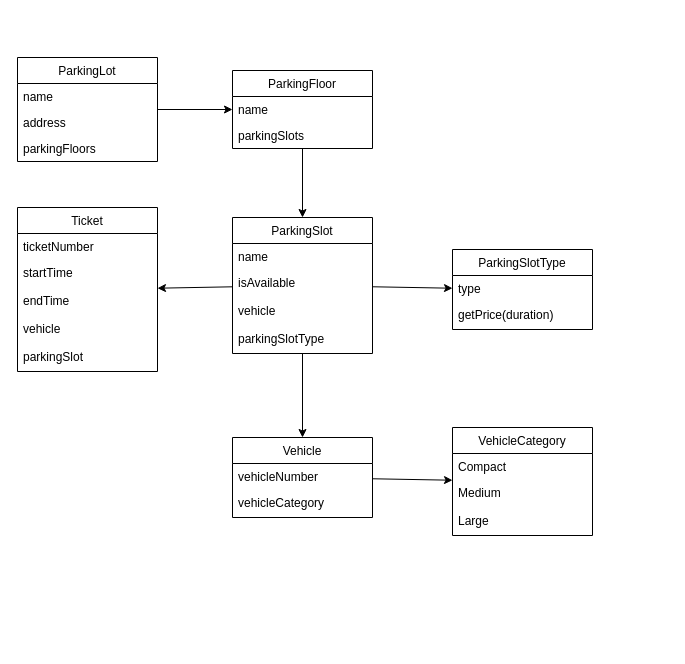
Earlier version of the draw.io diagram page "Classes" (5 of 6) of api/assets/parking lot.drawio.xml (taaesan-lab/parking-lot-v3). Source tidied: cells renumbered, new cells numbered last; positions are measured from the earlier drawing's top-left corner, leaving out a move shared by most shapes. Both pictures are drawn from the tidied source at 100%, with x=0, y=0 at pixel (17, 57).
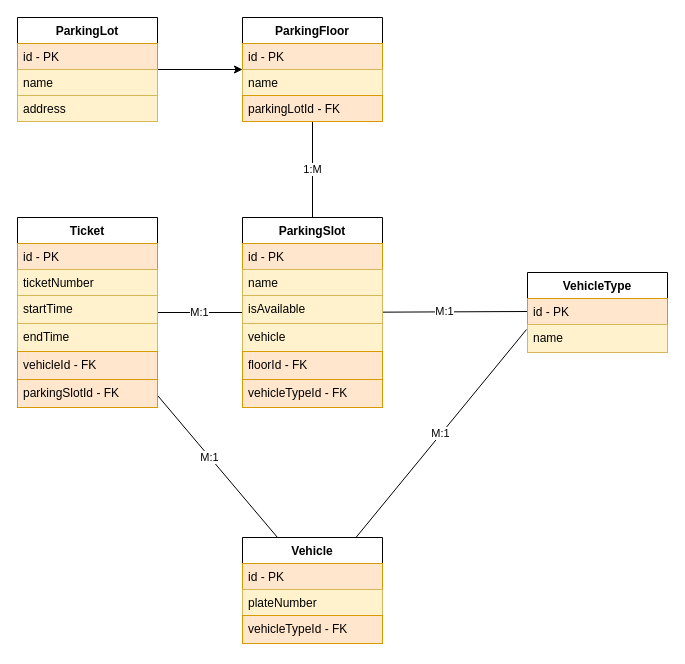
The same page after the edit.

Diff of the diagram source:
```diff
@@
-    <mxCell id="3" value="ParkingLot" style="swimlane;fontStyle=0;horizontal=1;startSize=26;fillColor=none;" parent="1" vertex="1">
-      <mxGeometry width="140" height="104" as="geometry" />
+    <mxCell id="3" value="ParkingLot" style="swimlane;fontStyle=1;horizontal=1;startSize=26;fillColor=none;" parent="1" vertex="1">
+      <mxGeometry y="-40" width="140" height="104" as="geometry" />
     </mxCell>
-    <mxCell id="4" value="name" style="text;strokeColor=none;fillColor=none;align=left;verticalAlign=top;spacingLeft=4;spacingRight=4;overflow=hidden;" parent="3" vertex="1">
+    <mxCell id="4" value="id - PK" style="text;strokeColor=#d79b00;fillColor=#ffe6cc;align=left;verticalAlign=top;spacingLeft=4;spacingRight=4;overflow=hidden;" parent="3" vertex="1">
       <mxGeometry y="26" width="140" height="26" as="geometry" />
     </mxCell>
+    <mxCell id="36" value="name" style="text;strokeColor=#d6b656;fillColor=#fff2cc;align=left;verticalAlign=top;spacingLeft=4;spacingRight=4;overflow=hidden;" parent="3" vertex="1">
+      <mxGeometry y="52" width="140" height="26" as="geometry" />
+    </mxCell>
-    <mxCell id="5" value="address" style="text;strokeColor=none;fillColor=none;align=left;verticalAlign=top;spacingLeft=4;spacingRight=4;overflow=hidden;" parent="3" vertex="1">
-      <mxGeometry y="52" width="140" height="26" as="geometry" />
+    <mxCell id="5" value="address" style="text;strokeColor=#d6b656;fillColor=#fff2cc;align=left;verticalAlign=top;spacingLeft=4;spacingRight=4;overflow=hidden;" parent="3" vertex="1">
+      <mxGeometry y="78" width="140" height="26" as="geometry" />
     </mxCell>
-    <mxCell id="6" value="parkingFloors" style="text;strokeColor=none;fillColor=none;align=left;verticalAlign=top;spacingLeft=4;spacingRight=4;overflow=hidden;" parent="3" vertex="1">
-      <mxGeometry y="78" width="140" height="26" as="geometry" />
-    </mxCell>
-    <mxCell id="7" style="edgeStyle=none;rounded=0;jettySize=auto;html=1;" parent="1" edge="1" source="8" target="14">
+    <mxCell id="7" value="1:M" style="edgeStyle=none;rounded=0;jettySize=auto;html=1;endArrow=none;endFill=0;" parent="1" edge="1" source="8" target="14">
       <mxGeometry relative="1" as="geometry" />
     </mxCell>
-    <mxCell id="8" value="ParkingFloor" style="swimlane;fontStyle=0;horizontal=1;startSize=26;fillColor=none;" parent="1" vertex="1">
-      <mxGeometry x="215" y="13" width="140" height="78" as="geometry" />
+    <mxCell id="8" value="ParkingFloor" style="swimlane;fontStyle=1;horizontal=1;startSize=26;fillColor=none;" parent="1" vertex="1">
+      <mxGeometry x="225" y="-40" width="140" height="104" as="geometry" />
     </mxCell>
-    <mxCell id="9" value="name" style="text;strokeColor=none;fillColor=none;align=left;verticalAlign=top;spacingLeft=4;spacingRight=4;overflow=hidden;" parent="8" vertex="1">
-      <mxGeometry y="26" width="140" height="26" as="geometry" />
-    </mxCell>
-    <mxCell id="10" value="parkingSlots" style="text;strokeColor=none;fillColor=none;align=left;verticalAlign=top;spacingLeft=4;spacingRight=4;overflow=hidden;" parent="8" vertex="1">
-      <mxGeometry y="52" width="140" height="26" as="geometry" />
+    <mxCell id="10" value="id - PK" style="text;strokeColor=#d79b00;fillColor=#ffe6cc;align=left;verticalAlign=top;spacingLeft=4;spacingRight=4;overflow=hidden;" parent="8" vertex="1">
+      <mxGeometry y="26" width="140" height="26" as="geometry" />
     </mxCell>
+    <mxCell id="37" value="name" style="text;strokeColor=#d6b656;fillColor=#fff2cc;align=left;verticalAlign=top;spacingLeft=4;spacingRight=4;overflow=hidden;" parent="8" vertex="1">
+      <mxGeometry y="52" width="140" height="26" as="geometry" />
+    </mxCell>
+    <mxCell id="38" value="parkingLotId - FK" style="text;strokeColor=#d79b00;fillColor=#ffe6cc;align=left;verticalAlign=top;spacingLeft=4;spacingRight=4;overflow=hidden;" parent="8" vertex="1">
+      <mxGeometry y="78" width="140" height="26" as="geometry" />
+    </mxCell>
-    <mxCell id="11" style="edgeStyle=none;rounded=0;jettySize=auto;html=1;" parent="1" edge="1" source="14" target="19">
+    <mxCell id="11" style="edgeStyle=none;rounded=0;jettySize=auto;html=1;entryX=0;entryY=0.5;entryDx=0;entryDy=0;endArrow=none;endFill=0;" parent="1" edge="1" source="14" target="27">
       <mxGeometry relative="1" as="geometry" />
     </mxCell>
-    <mxCell id="12" style="edgeStyle=none;rounded=0;jettySize=auto;html=1;" parent="1" edge="1" source="14" target="23">
-      <mxGeometry relative="1" as="geometry" />
-    </mxCell>
+    <mxCell id="39" value="M:1" style="edgeLabel;html=1;align=center;verticalAlign=middle;" parent="11" vertex="1">
+      <mxGeometry x="-0.14" y="1" relative="1" as="geometry" />
+    </mxCell>
-    <mxCell id="13" style="edgeStyle=none;rounded=0;jettySize=auto;html=1;" parent="1" edge="1" source="14" target="30">
+    <mxCell id="13" value="M:1" style="edgeStyle=none;rounded=0;jettySize=auto;html=1;endArrow=none;endFill=0;" parent="1" edge="1" source="14" target="30">
       <mxGeometry relative="1" as="geometry" />
     </mxCell>
-    <mxCell id="14" value="ParkingSlot" style="swimlane;fontStyle=0;horizontal=1;startSize=26;fillColor=none;" parent="1" vertex="1">
-      <mxGeometry x="215" y="160" width="140" height="136" as="geometry" />
+    <mxCell id="14" value="ParkingSlot" style="swimlane;fontStyle=1;horizontal=1;startSize=26;fillColor=none;" parent="1" vertex="1">
+      <mxGeometry x="225" y="160" width="140" height="190" as="geometry" />
     </mxCell>
+    <mxCell id="40" value="id - PK" style="text;strokeColor=#d79b00;fillColor=#ffe6cc;align=left;verticalAlign=top;spacingLeft=4;spacingRight=4;overflow=hidden;" parent="14" vertex="1">
+      <mxGeometry y="26" width="140" height="26" as="geometry" />
+    </mxCell>
-    <mxCell id="15" value="name" style="text;strokeColor=none;fillColor=none;align=left;verticalAlign=top;spacingLeft=4;spacingRight=4;overflow=hidden;" parent="14" vertex="1">
-      <mxGeometry y="26" width="140" height="26" as="geometry" />
+    <mxCell id="15" value="name" style="text;strokeColor=#d6b656;fillColor=#fff2cc;align=left;verticalAlign=top;spacingLeft=4;spacingRight=4;overflow=hidden;" parent="14" vertex="1">
+      <mxGeometry y="52" width="140" height="26" as="geometry" />
     </mxCell>
-    <mxCell id="16" value="isAvailable" style="text;strokeColor=none;fillColor=none;align=left;verticalAlign=top;spacingLeft=4;spacingRight=4;overflow=hidden;" parent="14" vertex="1">
-      <mxGeometry y="52" width="140" height="28" as="geometry" />
+    <mxCell id="16" value="isAvailable" style="text;strokeColor=#d6b656;fillColor=#fff2cc;align=left;verticalAlign=top;spacingLeft=4;spacingRight=4;overflow=hidden;" parent="14" vertex="1">
+      <mxGeometry y="78" width="140" height="28" as="geometry" />
     </mxCell>
-    <mxCell id="17" value="vehicle" style="text;strokeColor=none;fillColor=none;align=left;verticalAlign=top;spacingLeft=4;spacingRight=4;overflow=hidden;" parent="14" vertex="1">
-      <mxGeometry y="80" width="140" height="28" as="geometry" />
+    <mxCell id="17" value="vehicle" style="text;strokeColor=#d6b656;fillColor=#fff2cc;align=left;verticalAlign=top;spacingLeft=4;spacingRight=4;overflow=hidden;" parent="14" vertex="1">
+      <mxGeometry y="106" width="140" height="28" as="geometry" />
     </mxCell>
-    <mxCell id="18" value="parkingSlotType" style="text;strokeColor=none;fillColor=none;align=left;verticalAlign=top;spacingLeft=4;spacingRight=4;overflow=hidden;" parent="14" vertex="1">
-      <mxGeometry y="108" width="140" height="28" as="geometry" />
-    </mxCell>
-    <mxCell id="19" value="ParkingSlotType" style="swimlane;fontStyle=0;horizontal=1;startSize=26;fillColor=none;" parent="1" vertex="1">
-      <mxGeometry x="435" y="192" width="140" height="80" as="geometry" />
-    </mxCell>
-    <mxCell id="20" value="type" style="text;strokeColor=none;fillColor=none;align=left;verticalAlign=top;spacingLeft=4;spacingRight=4;overflow=hidden;" parent="19" vertex="1">
-      <mxGeometry y="26" width="140" height="26" as="geometry" />
-    </mxCell>
-    <mxCell id="21" value="getPrice(duration)" style="text;strokeColor=none;fillColor=none;align=left;verticalAlign=top;spacingLeft=4;spacingRight=4;overflow=hidden;" parent="19" vertex="1">
-      <mxGeometry y="52" width="140" height="28" as="geometry" />
-    </mxCell>
+    <mxCell id="41" value="floorId - FK" style="text;strokeColor=#d79b00;fillColor=#ffe6cc;align=left;verticalAlign=top;spacingLeft=4;spacingRight=4;overflow=hidden;" parent="14" vertex="1">
+      <mxGeometry y="134" width="140" height="28" as="geometry" />
+    </mxCell>
+    <mxCell id="42" value="vehicleTypeId - FK" style="text;strokeColor=#d79b00;fillColor=#ffe6cc;align=left;verticalAlign=top;spacingLeft=4;spacingRight=4;overflow=hidden;" parent="14" vertex="1">
+      <mxGeometry y="162" width="140" height="28" as="geometry" />
+    </mxCell>
-    <mxCell id="22" style="edgeStyle=none;rounded=0;jettySize=auto;html=1;" parent="1" edge="1" source="23" target="26">
+    <mxCell id="22" value="M:1" style="edgeStyle=none;rounded=0;jettySize=auto;html=1;entryX=-0.007;entryY=0.179;entryDx=0;entryDy=0;entryPerimeter=0;endArrow=none;endFill=0;" parent="1" edge="1" source="23" target="29">
       <mxGeometry relative="1" as="geometry" />
     </mxCell>
-    <mxCell id="23" value="Vehicle" style="swimlane;fontStyle=0;horizontal=1;startSize=26;fillColor=none;" parent="1" vertex="1">
-      <mxGeometry x="215" y="380" width="140" height="80" as="geometry" />
+    <mxCell id="23" value="Vehicle" style="swimlane;fontStyle=1;horizontal=1;startSize=26;fillColor=none;" parent="1" vertex="1">
+      <mxGeometry x="225" y="480" width="140" height="106" as="geometry" />
     </mxCell>
+    <mxCell id="43" value="id - PK" style="text;strokeColor=#d79b00;fillColor=#ffe6cc;align=left;verticalAlign=top;spacingLeft=4;spacingRight=4;overflow=hidden;" parent="23" vertex="1">
+      <mxGeometry y="26" width="140" height="26" as="geometry" />
+    </mxCell>
-    <mxCell id="24" value="vehicleNumber" style="text;strokeColor=none;fillColor=none;align=left;verticalAlign=top;spacingLeft=4;spacingRight=4;overflow=hidden;" parent="23" vertex="1">
-      <mxGeometry y="26" width="140" height="26" as="geometry" />
+    <mxCell id="24" value="plateNumber" style="text;strokeColor=#d6b656;fillColor=#fff2cc;align=left;verticalAlign=top;spacingLeft=4;spacingRight=4;overflow=hidden;" parent="23" vertex="1">
+      <mxGeometry y="52" width="140" height="26" as="geometry" />
     </mxCell>
-    <mxCell id="25" value="vehicleCategory" style="text;strokeColor=none;fillColor=none;align=left;verticalAlign=top;spacingLeft=4;spacingRight=4;overflow=hidden;" parent="23" vertex="1">
-      <mxGeometry y="52" width="140" height="28" as="geometry" />
+    <mxCell id="25" value="vehicleTypeId - FK" style="text;strokeColor=#d79b00;fillColor=#ffe6cc;align=left;verticalAlign=top;spacingLeft=4;spacingRight=4;overflow=hidden;" parent="23" vertex="1">
+      <mxGeometry y="78" width="140" height="28" as="geometry" />
     </mxCell>
-    <mxCell id="26" value="VehicleCategory" style="swimlane;fontStyle=0;horizontal=1;startSize=26;fillColor=none;" parent="1" vertex="1">
-      <mxGeometry x="435" y="370" width="140" height="108" as="geometry" />
+    <mxCell id="26" value="VehicleType" style="swimlane;fontStyle=1;horizontal=1;startSize=26;fillColor=none;" parent="1" vertex="1">
+      <mxGeometry x="510" y="215" width="140" height="80" as="geometry" />
     </mxCell>
-    <mxCell id="27" value="Compact" style="text;strokeColor=none;fillColor=none;align=left;verticalAlign=top;spacingLeft=4;spacingRight=4;overflow=hidden;points=[[0,0.5],[1,0.5]];portConstraint=eastwest;" parent="26" vertex="1">
+    <mxCell id="27" value="id - PK" style="text;strokeColor=#d79b00;fillColor=#ffe6cc;align=left;verticalAlign=top;spacingLeft=4;spacingRight=4;overflow=hidden;points=[[0,0.5],[1,0.5]];portConstraint=eastwest;" parent="26" vertex="1">
       <mxGeometry y="26" width="140" height="26" as="geometry" />
     </mxCell>
-    <mxCell id="28" value="Medium" style="text;strokeColor=none;fillColor=none;align=left;verticalAlign=top;spacingLeft=4;spacingRight=4;overflow=hidden;" parent="26" vertex="1">
-      <mxGeometry y="52" width="140" height="28" as="geometry" />
-    </mxCell>
-    <mxCell id="29" value="Large" style="text;strokeColor=none;fillColor=none;align=left;verticalAlign=top;spacingLeft=4;spacingRight=4;overflow=hidden;points=[[0,0.5],[1,0.5]];portConstraint=eastwest;" parent="26" vertex="1">
-      <mxGeometry y="80" width="140" height="28" as="geometry" />
+    <mxCell id="29" value="name" style="text;strokeColor=#d6b656;fillColor=#fff2cc;align=left;verticalAlign=top;spacingLeft=4;spacingRight=4;overflow=hidden;points=[[0,0.5],[1,0.5]];portConstraint=eastwest;" parent="26" vertex="1">
+      <mxGeometry y="52" width="140" height="28" as="geometry" />
     </mxCell>
+    <mxCell id="44" style="rounded=0;jettySize=auto;html=1;entryX=0.25;entryY=0;entryDx=0;entryDy=0;endArrow=none;endFill=0;" parent="1" edge="1" source="30" target="23">
+      <mxGeometry relative="1" as="geometry" />
+    </mxCell>
+    <mxCell id="45" value="M:1" style="edgeLabel;html=1;align=center;verticalAlign=middle;" parent="44" vertex="1">
+      <mxGeometry x="-0.14" relative="1" as="geometry" />
+    </mxCell>
-    <mxCell id="30" value="Ticket" style="swimlane;fontStyle=0;horizontal=1;startSize=26;fillColor=none;" parent="1" vertex="1">
-      <mxGeometry y="150" width="140" height="164" as="geometry" />
+    <mxCell id="30" value="Ticket" style="swimlane;fontStyle=1;horizontal=1;startSize=26;fillColor=none;" parent="1" vertex="1">
+      <mxGeometry y="160" width="140" height="190" as="geometry" />
     </mxCell>
+    <mxCell id="46" value="id - PK" style="text;strokeColor=#d79b00;fillColor=#ffe6cc;align=left;verticalAlign=top;spacingLeft=4;spacingRight=4;overflow=hidden;" parent="30" vertex="1">
+      <mxGeometry y="26" width="140" height="26" as="geometry" />
+    </mxCell>
-    <mxCell id="31" value="ticketNumber" style="text;strokeColor=none;fillColor=none;align=left;verticalAlign=top;spacingLeft=4;spacingRight=4;overflow=hidden;" parent="30" vertex="1">
-      <mxGeometry y="26" width="140" height="26" as="geometry" />
+    <mxCell id="31" value="ticketNumber" style="text;strokeColor=#d6b656;fillColor=#fff2cc;align=left;verticalAlign=top;spacingLeft=4;spacingRight=4;overflow=hidden;" parent="30" vertex="1">
+      <mxGeometry y="52" width="140" height="26" as="geometry" />
     </mxCell>
-    <mxCell id="32" value="startTime" style="text;strokeColor=none;fillColor=none;align=left;verticalAlign=top;spacingLeft=4;spacingRight=4;overflow=hidden;" parent="30" vertex="1">
-      <mxGeometry y="52" width="140" height="28" as="geometry" />
+    <mxCell id="32" value="startTime" style="text;strokeColor=#d6b656;fillColor=#fff2cc;align=left;verticalAlign=top;spacingLeft=4;spacingRight=4;overflow=hidden;" parent="30" vertex="1">
+      <mxGeometry y="78" width="140" height="28" as="geometry" />
     </mxCell>
-    <mxCell id="33" value="endTime" style="text;strokeColor=none;fillColor=none;align=left;verticalAlign=top;spacingLeft=4;spacingRight=4;overflow=hidden;" parent="30" vertex="1">
-      <mxGeometry y="80" width="140" height="28" as="geometry" />
+    <mxCell id="33" value="endTime" style="text;strokeColor=#d6b656;fillColor=#fff2cc;align=left;verticalAlign=top;spacingLeft=4;spacingRight=4;overflow=hidden;" parent="30" vertex="1">
+      <mxGeometry y="106" width="140" height="28" as="geometry" />
     </mxCell>
-    <mxCell id="34" value="vehicle" style="text;strokeColor=none;fillColor=none;align=left;verticalAlign=top;spacingLeft=4;spacingRight=4;overflow=hidden;" parent="30" vertex="1">
-      <mxGeometry y="108" width="140" height="28" as="geometry" />
+    <mxCell id="34" value="vehicleId - FK" style="text;strokeColor=#d79b00;fillColor=#ffe6cc;align=left;verticalAlign=top;spacingLeft=4;spacingRight=4;overflow=hidden;" parent="30" vertex="1">
+      <mxGeometry y="134" width="140" height="28" as="geometry" />
     </mxCell>
-    <mxCell id="35" value="parkingSlot" style="text;strokeColor=none;fillColor=none;align=left;verticalAlign=top;spacingLeft=4;spacingRight=4;overflow=hidden;" parent="30" vertex="1">
-      <mxGeometry y="136" width="140" height="28" as="geometry" />
+    <mxCell id="35" value="parkingSlotId - FK" style="text;strokeColor=#d79b00;fillColor=#ffe6cc;align=left;verticalAlign=top;spacingLeft=4;spacingRight=4;overflow=hidden;" parent="30" vertex="1">
+      <mxGeometry y="162" width="140" height="28" as="geometry" />
     </mxCell>
```
